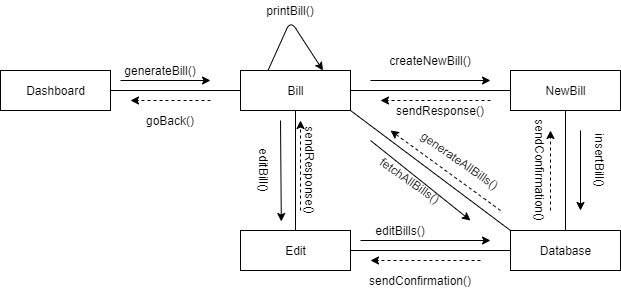
kkasharaj17/SE-project keeps this draw.io diagram as Diagrams/Collaboration Diagrams/COL_31_32_33_34_Generate-Edit-Create-Print Bills.png. Above is the earlier version. Source tidied: cells renumbered, new cells last; positions are measured from the earlier drawing's top-left corner, leaving out a move shared by most shapes.
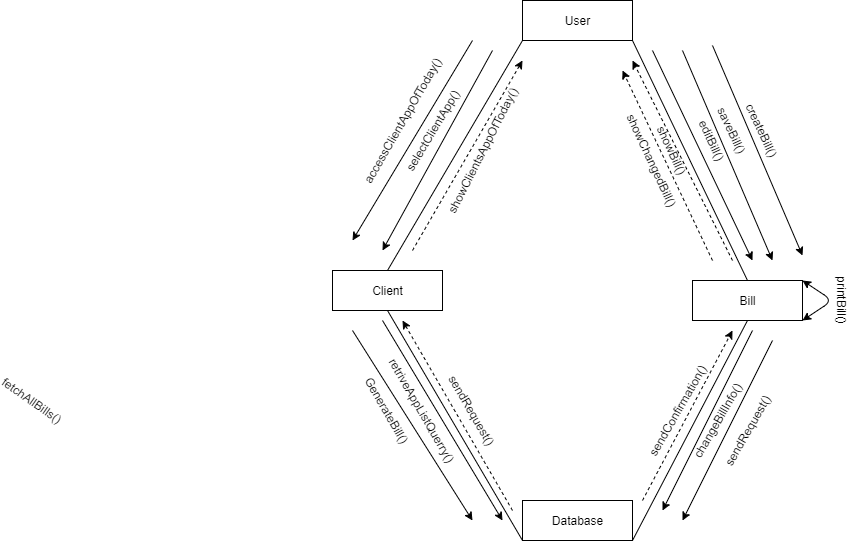
The same file after the commit.

What changed in the source:
```diff
@@ -2,155 +2,168 @@
   <root>
     <mxCell id="0" />
     <mxCell id="1" parent="0" />
-    <mxCell id="2" value="Bill" style="html=1;" parent="1" vertex="1">
+    <mxCell id="2" value="Client" style="html=1;" parent="1" vertex="1">
       <mxGeometry x="240" y="70" width="110" height="40" as="geometry" />
     </mxCell>
-    <mxCell id="3" value="Dashboard" style="html=1;" parent="1" vertex="1">
-      <mxGeometry y="70" width="110" height="40" as="geometry" />
+    <mxCell id="3" value="User" style="html=1;" parent="1" vertex="1">
+      <mxGeometry x="430" y="-200" width="110" height="40" as="geometry" />
     </mxCell>
-    <mxCell id="4" value="NewBill" style="html=1;" parent="1" vertex="1">
-      <mxGeometry x="510" y="70" width="110" height="40" as="geometry" />
+    <mxCell id="4" value="Bill" style="html=1;" parent="1" vertex="1">
+      <mxGeometry x="600" y="80" width="110" height="40" as="geometry" />
     </mxCell>
-    <mxCell id="5" value="Edit" style="html=1;" parent="1" vertex="1">
-      <mxGeometry x="240" y="230" width="110" height="40" as="geometry" />
-    </mxCell>
     <mxCell id="6" value="Database" style="html=1;" parent="1" vertex="1">
-      <mxGeometry x="510" y="230" width="110" height="40" as="geometry" />
+      <mxGeometry x="430" y="300" width="110" height="40" as="geometry" />
     </mxCell>
-    <mxCell id="7" style="endArrow=none;html=1;exitX=1;exitY=0.5;exitDx=0;exitDy=0;entryX=0;entryY=0.5;entryDx=0;entryDy=0;" parent="1" edge="1" source="3" target="2">
+    <mxCell id="7" style="endArrow=none;html=1;exitX=0;exitY=1;exitDx=0;exitDy=0;entryX=0.5;entryY=0;entryDx=0;entryDy=0;" parent="1" edge="1" source="3" target="2">
       <mxGeometry relative="1" as="geometry" />
     </mxCell>
-    <mxCell id="8" style="endArrow=none;html=1;entryX=0.5;entryY=1;entryDx=0;entryDy=0;exitX=0.5;exitY=0;exitDx=0;exitDy=0;" parent="1" edge="1" source="5" target="2">
-      <mxGeometry relative="1" as="geometry" />
-    </mxCell>
-    <mxCell id="9" style="endArrow=none;html=1;entryX=0;entryY=0.5;entryDx=0;entryDy=0;exitX=1;exitY=0.5;exitDx=0;exitDy=0;" parent="1" edge="1" source="2" target="4">
-      <mxGeometry relative="1" as="geometry" />
-    </mxCell>
-    <mxCell id="10" style="endArrow=none;html=1;entryX=0;entryY=0.5;entryDx=0;entryDy=0;exitX=1;exitY=0.5;exitDx=0;exitDy=0;" parent="1" edge="1" source="5" target="6">
-      <mxGeometry relative="1" as="geometry" />
-    </mxCell>
-    <mxCell id="11" style="endArrow=none;html=1;entryX=0.5;entryY=1;entryDx=0;entryDy=0;exitX=0.5;exitY=0;exitDx=0;exitDy=0;" parent="1" edge="1" source="6" target="4">
+    <mxCell id="11" style="endArrow=none;html=1;entryX=0.5;entryY=1;entryDx=0;entryDy=0;exitX=1;exitY=1;exitDx=0;exitDy=0;" parent="1" edge="1" source="6" target="4">
       <mxGeometry relative="1" as="geometry" />
     </mxCell>
-    <mxCell id="12" style="endArrow=none;html=1;entryX=1;entryY=1;entryDx=0;entryDy=0;exitX=0;exitY=0;exitDx=0;exitDy=0;" parent="1" edge="1" source="6" target="2">
+    <mxCell id="12" style="endArrow=none;html=1;entryX=0.5;entryY=1;entryDx=0;entryDy=0;exitX=0;exitY=1;exitDx=0;exitDy=0;" parent="1" edge="1" source="6" target="2">
       <mxGeometry relative="1" as="geometry" />
     </mxCell>
-    <mxCell id="13" style="endArrow=classic;html=1;exitX=0.25;exitY=0;exitDx=0;exitDy=0;entryX=0.75;entryY=0;entryDx=0;entryDy=0;" parent="1" edge="1" source="2" target="2">
-      <mxGeometry relative="1" as="geometry">
-        <Array as="points">
-          <mxPoint x="290" y="20" />
-        </Array>
-      </mxGeometry>
-    </mxCell>
-    <mxCell id="14" style="endArrow=classic;html=1;" parent="1" edge="1">
-      <mxGeometry relative="1" as="geometry">
-        <mxPoint x="370" y="80" as="sourcePoint" />
-        <mxPoint x="490" y="80" as="targetPoint" />
-      </mxGeometry>
-    </mxCell>
     <mxCell id="15" style="endArrow=classic;html=1;" parent="1" edge="1">
       <mxGeometry relative="1" as="geometry">
-        <mxPoint x="580" y="130" as="sourcePoint" />
-        <mxPoint x="580" y="210" as="targetPoint" />
+        <mxPoint x="560" y="-150" as="sourcePoint" />
+        <mxPoint x="660" y="60" as="targetPoint" />
       </mxGeometry>
     </mxCell>
     <mxCell id="16" style="endArrow=classic;html=1;" parent="1" edge="1">
       <mxGeometry relative="1" as="geometry">
-        <mxPoint x="360" y="240" as="sourcePoint" />
-        <mxPoint x="490" y="240" as="targetPoint" />
+        <mxPoint x="290" y="120" as="sourcePoint" />
+        <mxPoint x="410" y="320" as="targetPoint" />
       </mxGeometry>
     </mxCell>
-    <mxCell id="17" style="endArrow=classic;html=1;entryX=0.371;entryY=-0.225;entryDx=0;entryDy=0;entryPerimeter=0;" parent="1" edge="1" target="5">
+    <mxCell id="17" style="endArrow=classic;html=1;" parent="1" edge="1">
       <mxGeometry relative="1" as="geometry">
-        <mxPoint x="280" y="120" as="sourcePoint" />
+        <mxPoint x="400" y="-150" as="sourcePoint" />
+        <mxPoint x="290" y="50" as="targetPoint" />
       </mxGeometry>
     </mxCell>
-    <mxCell id="18" style="endArrow=classic;html=1;dashed=1;" parent="1" edge="1">
-      <mxGeometry relative="1" as="geometry">
-        <mxPoint x="300" y="210" as="sourcePoint" />
-        <mxPoint x="300" y="120" as="targetPoint" />
-      </mxGeometry>
-    </mxCell>
     <mxCell id="19" style="endArrow=classic;html=1;dashed=1;" parent="1" edge="1">
       <mxGeometry relative="1" as="geometry">
-        <mxPoint x="490" y="100" as="sourcePoint" />
-        <mxPoint x="380" y="100" as="targetPoint" />
+        <mxPoint x="640" y="60" as="sourcePoint" />
+        <mxPoint x="540" y="-140" as="targetPoint" />
       </mxGeometry>
     </mxCell>
-    <mxCell id="20" style="endArrow=classic;html=1;dashed=1;" parent="1" edge="1">
-      <mxGeometry relative="1" as="geometry">
-        <mxPoint x="480" y="260" as="sourcePoint" />
-        <mxPoint x="370" y="260" as="targetPoint" />
-      </mxGeometry>
-    </mxCell>
     <mxCell id="21" style="endArrow=classic;html=1;dashed=1;" parent="1" edge="1">
       <mxGeometry relative="1" as="geometry">
-        <mxPoint x="550" y="210" as="sourcePoint" />
-        <mxPoint x="550" y="130" as="targetPoint" />
+        <mxPoint x="550" y="300" as="sourcePoint" />
+        <mxPoint x="640" y="130" as="targetPoint" />
       </mxGeometry>
     </mxCell>
     <mxCell id="22" style="endArrow=classic;html=1;dashed=1;" parent="1" edge="1">
       <mxGeometry relative="1" as="geometry">
-        <mxPoint x="500" y="210" as="sourcePoint" />
-        <mxPoint x="390" y="130" as="targetPoint" />
+        <mxPoint x="420" y="310" as="sourcePoint" />
+        <mxPoint x="310" y="120" as="targetPoint" />
       </mxGeometry>
     </mxCell>
     <mxCell id="23" style="endArrow=classic;html=1;" parent="1" edge="1">
       <mxGeometry relative="1" as="geometry">
-        <mxPoint x="370" y="140" as="sourcePoint" />
-        <mxPoint x="470" y="220" as="targetPoint" />
+        <mxPoint x="260" y="130" as="sourcePoint" />
+        <mxPoint x="380" y="320" as="targetPoint" />
       </mxGeometry>
     </mxCell>
-    <mxCell id="24" value="printBill()" style="text;html=1;strokeColor=none;fillColor=none;align=center;verticalAlign=middle;whiteSpace=wrap;rounded=0;" parent="1" vertex="1">
-      <mxGeometry x="270" width="40" height="20" as="geometry" />
-    </mxCell>
-    <mxCell id="25" value="createNewBill()" style="text;html=1;strokeColor=none;fillColor=none;align=center;verticalAlign=middle;whiteSpace=wrap;rounded=0;" parent="1" vertex="1">
-      <mxGeometry x="410" y="50" width="40" height="20" as="geometry" />
-    </mxCell>
-    <mxCell id="26" value="insertBill()" style="text;html=1;strokeColor=none;fillColor=none;align=center;verticalAlign=middle;whiteSpace=wrap;rounded=0;rotation=90;" parent="1" vertex="1">
-      <mxGeometry x="580" y="150" width="40" height="20" as="geometry" />
-    </mxCell>
     <mxCell id="27" value="fetchAllBills()" style="text;html=1;strokeColor=none;fillColor=none;align=center;verticalAlign=middle;whiteSpace=wrap;rounded=0;rotation=35;" parent="1" vertex="1">
-      <mxGeometry x="390" y="170" width="40" height="20" as="geometry" />
+      <mxGeometry x="-80" y="190" width="40" height="20" as="geometry" />
     </mxCell>
-    <mxCell id="28" value="generateAllBills()" style="text;html=1;strokeColor=none;fillColor=none;align=center;verticalAlign=middle;whiteSpace=wrap;rounded=0;rotation=35;" parent="1" vertex="1">
-      <mxGeometry x="440" y="150" width="40" height="20" as="geometry" />
+    <mxCell id="28" value="sendRequest()" style="text;html=1;strokeColor=none;fillColor=none;align=center;verticalAlign=middle;whiteSpace=wrap;rounded=0;rotation=60;" parent="1" vertex="1">
+      <mxGeometry x="360" y="200" width="40" height="20" as="geometry" />
     </mxCell>
-    <mxCell id="29" value="editBills()" style="text;html=1;strokeColor=none;fillColor=none;align=center;verticalAlign=middle;whiteSpace=wrap;rounded=0;" parent="1" vertex="1">
-      <mxGeometry x="380" y="220" width="40" height="20" as="geometry" />
+    <mxCell id="29" value="GenerateBill()" style="text;html=1;strokeColor=none;fillColor=none;align=center;verticalAlign=middle;whiteSpace=wrap;rounded=0;rotation=60;" parent="1" vertex="1">
+      <mxGeometry x="275" y="200" width="40" height="20" as="geometry" />
     </mxCell>
-    <mxCell id="30" value="sendConfirmation()" style="text;html=1;strokeColor=none;fillColor=none;align=center;verticalAlign=middle;whiteSpace=wrap;rounded=0;" parent="1" vertex="1">
-      <mxGeometry x="400" y="270" width="40" height="20" as="geometry" />
-    </mxCell>
+    <mxCell id="39" value="editBill()" style="text;html=1;strokeColor=none;fillColor=none;align=center;verticalAlign=middle;whiteSpace=wrap;rounded=0;rotation=65;" parent="1" vertex="1">
+      <mxGeometry x="600" y="-70" width="40" height="20" as="geometry" />
+    </mxCell>
-    <mxCell id="31" value="sendConfirmation()" style="text;html=1;strokeColor=none;fillColor=none;align=center;verticalAlign=middle;whiteSpace=wrap;rounded=0;rotation=90;" parent="1" vertex="1">
-      <mxGeometry x="520" y="160" width="40" height="20" as="geometry" />
+    <mxCell id="31" value="sendConfirmation()" style="text;html=1;strokeColor=none;fillColor=none;align=center;verticalAlign=middle;whiteSpace=wrap;rounded=0;rotation=-60;" parent="1" vertex="1">
+      <mxGeometry x="565" y="200" width="40" height="20" as="geometry" />
     </mxCell>
-    <mxCell id="32" value="editBill()" style="text;html=1;strokeColor=none;fillColor=none;align=center;verticalAlign=middle;whiteSpace=wrap;rounded=0;rotation=90;" parent="1" vertex="1">
-      <mxGeometry x="244" y="160" width="40" height="20" as="geometry" />
+    <mxCell id="32" value="selectClientApp()" style="text;html=1;strokeColor=none;fillColor=none;align=center;verticalAlign=middle;whiteSpace=wrap;rounded=0;rotation=-59;" parent="1" vertex="1">
+      <mxGeometry x="320" y="-80" width="40" height="20" as="geometry" />
     </mxCell>
-    <mxCell id="33" value="sendResponse()" style="text;html=1;strokeColor=none;fillColor=none;align=center;verticalAlign=middle;whiteSpace=wrap;rounded=0;rotation=90;" parent="1" vertex="1">
-      <mxGeometry x="290" y="160" width="40" height="20" as="geometry" />
-    </mxCell>
-    <mxCell id="34" value="sendResponse()" style="text;html=1;strokeColor=none;fillColor=none;align=center;verticalAlign=middle;whiteSpace=wrap;rounded=0;rotation=0;" parent="1" vertex="1">
-      <mxGeometry x="420" y="100" width="40" height="20" as="geometry" />
+    <mxCell id="34" value="showBill()" style="text;html=1;strokeColor=none;fillColor=none;align=center;verticalAlign=middle;whiteSpace=wrap;rounded=0;rotation=65;" parent="1" vertex="1">
+      <mxGeometry x="560" y="-60" width="40" height="20" as="geometry" />
     </mxCell>
-    <mxCell id="35" value="generateBill()" style="text;html=1;strokeColor=none;fillColor=none;align=center;verticalAlign=middle;whiteSpace=wrap;rounded=0;" parent="1" vertex="1">
-      <mxGeometry x="140" y="60" width="40" height="20" as="geometry" />
+    <mxCell id="35" value="accessClientAppOfToday()" style="text;html=1;strokeColor=none;fillColor=none;align=center;verticalAlign=middle;whiteSpace=wrap;rounded=0;rotation=-60;" parent="1" vertex="1">
+      <mxGeometry x="290" y="-90" width="40" height="20" as="geometry" />
     </mxCell>
     <mxCell id="36" style="endArrow=classic;html=1;" parent="1" edge="1">
       <mxGeometry relative="1" as="geometry">
-        <mxPoint x="120" y="80" as="sourcePoint" />
-        <mxPoint x="210" y="80" as="targetPoint" />
+        <mxPoint x="380" y="-160" as="sourcePoint" />
+        <mxPoint x="260" y="40" as="targetPoint" />
       </mxGeometry>
     </mxCell>
-    <mxCell id="37" value="goBack()" style="text;html=1;strokeColor=none;fillColor=none;align=center;verticalAlign=middle;whiteSpace=wrap;rounded=0;" parent="1" vertex="1">
-      <mxGeometry x="150" y="110" width="40" height="20" as="geometry" />
+    <mxCell id="37" value="showClientsAppOfToday()" style="text;html=1;strokeColor=none;fillColor=none;align=center;verticalAlign=middle;whiteSpace=wrap;rounded=0;rotation=-63;" parent="1" vertex="1">
+      <mxGeometry x="370" y="-60" width="40" height="20" as="geometry" />
     </mxCell>
     <mxCell id="38" style="endArrow=classic;html=1;dashed=1;" parent="1" edge="1">
       <mxGeometry relative="1" as="geometry">
-        <mxPoint x="210" y="100" as="sourcePoint" />
-        <mxPoint x="130" y="100" as="targetPoint" />
+        <mxPoint x="620" y="60" as="sourcePoint" />
+        <mxPoint x="530" y="-130" as="targetPoint" />
       </mxGeometry>
     </mxCell>
+    <mxCell id="40" value="retriveAppListQuerry()" style="text;html=1;strokeColor=none;fillColor=none;align=center;verticalAlign=middle;whiteSpace=wrap;rounded=0;rotation=60;" parent="1" vertex="1">
+      <mxGeometry x="310" y="200" width="40" height="20" as="geometry" />
+    </mxCell>
+    <mxCell id="41" style="endArrow=none;html=1;exitX=1;exitY=1;exitDx=0;exitDy=0;entryX=0.5;entryY=0;entryDx=0;entryDy=0;" parent="1" edge="1" source="3" target="4">
+      <mxGeometry relative="1" as="geometry" />
+    </mxCell>
+    <mxCell id="42" style="endArrow=classic;html=1;" parent="1" edge="1">
+      <mxGeometry relative="1" as="geometry">
+        <mxPoint x="660" y="130" as="sourcePoint" />
+        <mxPoint x="570" y="310" as="targetPoint" />
+      </mxGeometry>
+    </mxCell>
+    <mxCell id="43" value="changeBillInfo()" style="text;html=1;strokeColor=none;fillColor=none;align=center;verticalAlign=middle;whiteSpace=wrap;rounded=0;rotation=-60;" parent="1" vertex="1">
+      <mxGeometry x="605" y="210" width="40" height="20" as="geometry" />
+    </mxCell>
+    <mxCell id="44" value="showChangedBill()" style="text;html=1;strokeColor=none;fillColor=none;align=center;verticalAlign=middle;whiteSpace=wrap;rounded=0;rotation=65;" parent="1" vertex="1">
+      <mxGeometry x="540" y="-50" width="40" height="20" as="geometry" />
+    </mxCell>
+    <mxCell id="45" style="endArrow=classic;html=1;" parent="1" edge="1">
+      <mxGeometry relative="1" as="geometry">
+        <mxPoint x="590" y="-150" as="sourcePoint" />
+        <mxPoint x="680" y="60" as="targetPoint" />
+      </mxGeometry>
+    </mxCell>
+    <mxCell id="46" value="saveBill()" style="text;html=1;strokeColor=none;fillColor=none;align=center;verticalAlign=middle;whiteSpace=wrap;rounded=0;rotation=65;" parent="1" vertex="1">
+      <mxGeometry x="620" y="-80" width="40" height="20" as="geometry" />
+    </mxCell>
+    <mxCell id="47" style="endArrow=classic;startArrow=classic;html=1;exitX=1;exitY=0;exitDx=0;exitDy=0;entryX=1;entryY=1;entryDx=0;entryDy=0;" parent="1" edge="1" source="4" target="4">
+      <mxGeometry relative="1" as="geometry">
+        <Array as="points">
+          <mxPoint x="740" y="100" />
+        </Array>
+      </mxGeometry>
+    </mxCell>
+    <mxCell id="24" value="printBill()" style="text;html=1;strokeColor=none;fillColor=none;align=center;verticalAlign=middle;whiteSpace=wrap;rounded=0;rotation=90;" parent="1" vertex="1">
+      <mxGeometry x="730" y="90" width="40" height="20" as="geometry" />
+    </mxCell>
+    <mxCell id="48" style="endArrow=classic;html=1;" parent="1" edge="1">
+      <mxGeometry relative="1" as="geometry">
+        <mxPoint x="620" y="-155" as="sourcePoint" />
+        <mxPoint x="710" y="55" as="targetPoint" />
+      </mxGeometry>
+    </mxCell>
+    <mxCell id="49" value="createBill()" style="text;html=1;strokeColor=none;fillColor=none;align=center;verticalAlign=middle;whiteSpace=wrap;rounded=0;rotation=65;" parent="1" vertex="1">
+      <mxGeometry x="650" y="-80" width="40" height="20" as="geometry" />
+    </mxCell>
+    <mxCell id="50" style="endArrow=classic;html=1;" parent="1" edge="1">
+      <mxGeometry relative="1" as="geometry">
+        <mxPoint x="680" y="140" as="sourcePoint" />
+        <mxPoint x="590" y="320" as="targetPoint" />
+      </mxGeometry>
+    </mxCell>
+    <mxCell id="51" value="sendRequest()" style="text;html=1;strokeColor=none;fillColor=none;align=center;verticalAlign=middle;whiteSpace=wrap;rounded=0;rotation=-60;" parent="1" vertex="1">
+      <mxGeometry x="635" y="220" width="40" height="20" as="geometry" />
+    </mxCell>
+    <mxCell id="52" style="endArrow=classic;html=1;dashed=1;" parent="1" edge="1">
+      <mxGeometry relative="1" as="geometry">
+        <mxPoint x="320" y="50" as="sourcePoint" />
+        <mxPoint x="430" y="-140" as="targetPoint" />
+      </mxGeometry>
+    </mxCell>
   </root>
 </mxGraphModel>
```
